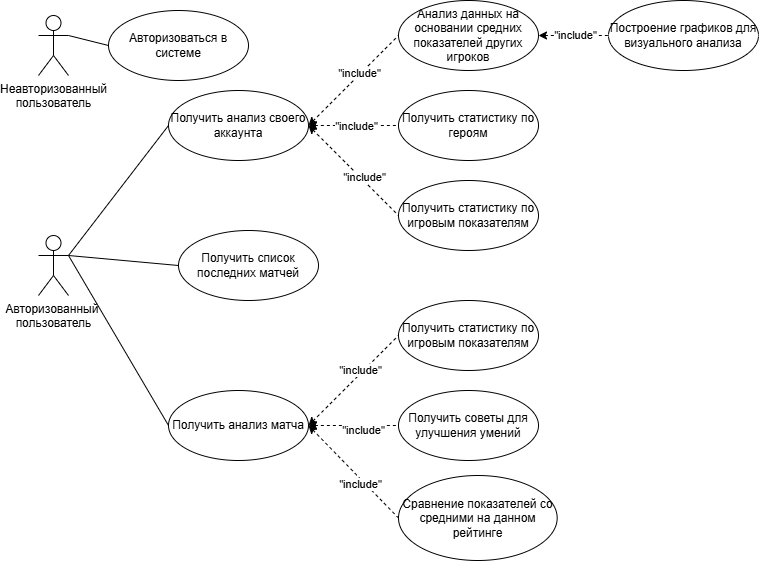
The draw.io diagram Документы/use_case.png in westcrime/dota-master, before a commit. Source tidied: cells renumbered, new cells last; positions are measured from the earlier drawing's top-left corner, leaving out a move shared by most shapes.
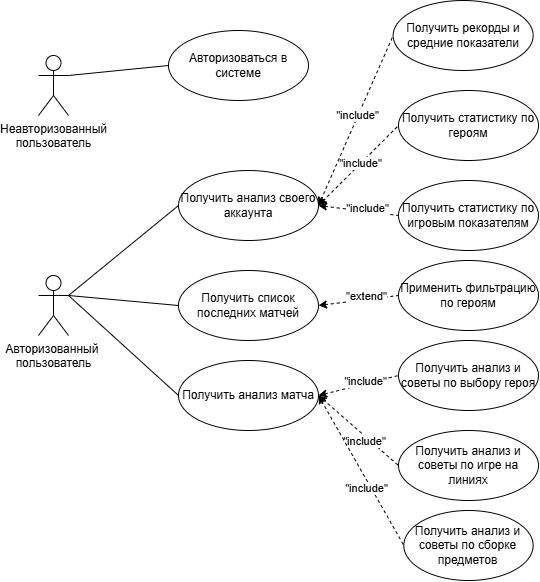
After the commit.

The edit, as a diff of the source:
```diff
@@ -6,7 +6,7 @@
       <mxGeometry y="235" width="30" height="60" as="geometry" />
     </mxCell>
     <mxCell id="3" value="Получить анализ своего аккаунта" style="ellipse;whiteSpace=wrap;html=1;" parent="1" vertex="1">
-      <mxGeometry x="130" y="90" width="140" height="70" as="geometry" />
+      <mxGeometry x="140" y="130" width="140" height="70" as="geometry" />
     </mxCell>
     <mxCell id="4" style="endArrow=none;dashed=1;endFill=0;endSize=12;html=1;rounded=0;exitX=1;exitY=0.5;exitDx=0;exitDy=0;entryX=0;entryY=0.5;entryDx=0;entryDy=0;startArrow=classic;startFill=1;" parent="1" edge="1" source="3" target="6">
       <mxGeometry relative="1" as="geometry" />
@@ -17,7 +17,7 @@
       </mxGeometry>
     </mxCell>
     <mxCell id="6" value="Получить статистику по героям" style="ellipse;whiteSpace=wrap;html=1;" parent="1" vertex="1">
-      <mxGeometry x="360" y="90" width="140" height="70" as="geometry" />
+      <mxGeometry x="360" y="50" width="140" height="70" as="geometry" />
     </mxCell>
     <mxCell id="7" style="endArrow=none;dashed=1;endFill=0;endSize=12;html=1;rounded=0;exitX=1;exitY=0.5;exitDx=0;exitDy=0;entryX=0;entryY=0.5;entryDx=0;entryDy=0;startArrow=classic;startFill=1;" parent="1" edge="1" source="3" target="9">
       <mxGeometry relative="1" as="geometry" />
@@ -26,28 +26,10 @@
       <mxGeometry x="0.2" y="3" relative="1" as="geometry" />
     </mxCell>
     <mxCell id="9" value="Получить статистику по игровым показателям" style="ellipse;whiteSpace=wrap;html=1;" parent="1" vertex="1">
-      <mxGeometry x="360" y="180" width="140" height="70" as="geometry" />
+      <mxGeometry x="360" y="140" width="140" height="70" as="geometry" />
     </mxCell>
-    <mxCell id="10" style="endArrow=none;dashed=1;endFill=0;endSize=12;html=1;rounded=0;exitX=1;exitY=0.5;exitDx=0;exitDy=0;entryX=0;entryY=0.5;entryDx=0;entryDy=0;startArrow=classic;startFill=1;" parent="1" edge="1" source="3" target="12">
-      <mxGeometry relative="1" as="geometry" />
-    </mxCell>
-    <mxCell id="11" value="&quot;include&quot;" style="edgeLabel;html=1;align=center;verticalAlign=middle;" parent="10" vertex="1">
-      <mxGeometry x="0.14" y="1" relative="1" as="geometry" />
-    </mxCell>
-    <mxCell id="12" value="Анализ данных на основании средних показателей других игроков" style="ellipse;whiteSpace=wrap;html=1;" parent="1" vertex="1">
-      <mxGeometry x="360" width="140" height="70" as="geometry" />
-    </mxCell>
-    <mxCell id="13" style="endArrow=none;dashed=1;endFill=0;endSize=12;html=1;rounded=0;exitX=1;exitY=0.5;exitDx=0;exitDy=0;entryX=0;entryY=0.5;entryDx=0;entryDy=0;startArrow=classic;startFill=1;" parent="1" edge="1" source="12" target="15">
-      <mxGeometry relative="1" as="geometry" />
-    </mxCell>
-    <mxCell id="14" value="&quot;include&quot;" style="edgeLabel;html=1;align=center;verticalAlign=middle;" parent="13" vertex="1">
-      <mxGeometry x="0.03" y="1" relative="1" as="geometry" />
-    </mxCell>
-    <mxCell id="15" value="Построение графиков для визуального анализа" style="ellipse;whiteSpace=wrap;html=1;" parent="1" vertex="1">
-      <mxGeometry x="570" width="150" height="70" as="geometry" />
-    </mxCell>
     <mxCell id="16" value="Получить анализ матча" style="ellipse;whiteSpace=wrap;html=1;" parent="1" vertex="1">
-      <mxGeometry x="130" y="390" width="140" height="70" as="geometry" />
+      <mxGeometry x="140" y="320" width="140" height="70" as="geometry" />
     </mxCell>
     <mxCell id="17" style="endArrow=none;dashed=1;endFill=0;endSize=12;html=1;rounded=0;exitX=1;exitY=0.5;exitDx=0;exitDy=0;entryX=0;entryY=0.5;entryDx=0;entryDy=0;startArrow=classic;startFill=1;" parent="1" edge="1" source="16" target="19">
       <mxGeometry relative="1" as="geometry" />
@@ -55,10 +37,10 @@
     <mxCell id="18" value="&quot;include&quot;" style="edgeLabel;html=1;align=center;verticalAlign=middle;" parent="17" vertex="1">
       <mxGeometry x="0.21" y="-4" relative="1" as="geometry" />
     </mxCell>
-    <mxCell id="19" value="Получить советы для улучшения умений" style="ellipse;whiteSpace=wrap;html=1;" parent="1" vertex="1">
+    <mxCell id="19" value="Получить анализ и советы по игре на линиях" style="ellipse;whiteSpace=wrap;html=1;" parent="1" vertex="1">
       <mxGeometry x="360" y="390" width="140" height="70" as="geometry" />
     </mxCell>
-    <mxCell id="20" value="Получить статистику по игровым показателям" style="ellipse;whiteSpace=wrap;html=1;" parent="1" vertex="1">
+    <mxCell id="20" value="Получить анализ и советы по выбору героя" style="ellipse;whiteSpace=wrap;html=1;" parent="1" vertex="1">
       <mxGeometry x="360" y="300" width="140" height="70" as="geometry" />
     </mxCell>
     <mxCell id="21" style="endArrow=none;dashed=1;endFill=0;endSize=12;html=1;rounded=0;exitX=1;exitY=0.5;exitDx=0;exitDy=0;entryX=0;entryY=0.5;entryDx=0;entryDy=0;startArrow=classic;startFill=1;" parent="1" edge="1" source="16" target="20">
@@ -73,14 +55,14 @@
     <mxCell id="24" value="&quot;include&quot;" style="edgeLabel;html=1;align=center;verticalAlign=middle;" parent="23" vertex="1">
       <mxGeometry x="0.21" y="-4" relative="1" as="geometry" />
     </mxCell>
-    <mxCell id="25" value="Сравнение показателей со средними на данном рейтинге" style="ellipse;whiteSpace=wrap;html=1;" parent="1" vertex="1">
-      <mxGeometry x="360" y="475" width="158.7" height="85" as="geometry" />
+    <mxCell id="25" value="Получить анализ и советы по сборке предметов" style="ellipse;whiteSpace=wrap;html=1;" parent="1" vertex="1">
+      <mxGeometry x="365.3" y="470" width="129.3" height="70" as="geometry" />
     </mxCell>
     <mxCell id="26" value="Неавторизованный&lt;div&gt;пользователь&lt;/div&gt;" style="shape=umlActor;verticalLabelPosition=bottom;verticalAlign=top;html=1;" parent="1" vertex="1">
       <mxGeometry y="15" width="30" height="60" as="geometry" />
     </mxCell>
     <mxCell id="27" value="Авторизоваться в системе" style="ellipse;whiteSpace=wrap;html=1;" parent="1" vertex="1">
-      <mxGeometry x="70" y="10" width="140" height="70" as="geometry" />
+      <mxGeometry x="130" y="-10" width="140" height="70" as="geometry" />
     </mxCell>
     <mxCell id="28" style="endArrow=none;endFill=0;endSize=24;html=1;rounded=0;entryX=0;entryY=0.5;entryDx=0;entryDy=0;exitX=1;exitY=0.3333333333333333;exitDx=0;exitDy=0;exitPerimeter=0;" parent="1" edge="1" source="26" target="27">
       <mxGeometry relative="1" as="geometry" />
@@ -97,5 +79,25 @@
     <mxCell id="32" style="endArrow=none;html=1;rounded=0;exitX=1;exitY=0.3333333333333333;exitDx=0;exitDy=0;exitPerimeter=0;entryX=0;entryY=0.5;entryDx=0;entryDy=0;" parent="1" edge="1" source="2" target="16">
       <mxGeometry relative="1" as="geometry" />
     </mxCell>
+    <mxCell id="33" style="endArrow=none;dashed=1;endFill=0;endSize=12;html=1;rounded=0;exitX=1;exitY=0.5;exitDx=0;exitDy=0;entryX=0;entryY=0.5;entryDx=0;entryDy=0;startArrow=classic;startFill=1;" parent="1" edge="1" source="29" target="35">
+      <mxGeometry relative="1" as="geometry" />
+    </mxCell>
+    <mxCell id="34" value="&quot;extend&quot;" style="edgeLabel;html=1;align=center;verticalAlign=middle;" parent="33" vertex="1">
+      <mxGeometry x="0.2" y="3" relative="1" as="geometry" />
+    </mxCell>
+    <mxCell id="35" value="Применить фильтрацию по героям" style="ellipse;whiteSpace=wrap;html=1;" parent="1" vertex="1">
+      <mxGeometry x="360" y="220" width="140" height="70" as="geometry" />
+    </mxCell>
+    <mxCell id="36" style="endArrow=none;dashed=1;endFill=0;endSize=12;html=1;rounded=0;exitX=1;exitY=0.5;exitDx=0;exitDy=0;entryX=0;entryY=0.5;entryDx=0;entryDy=0;startArrow=classic;startFill=1;" parent="1" edge="1" source="3" target="38">
+      <mxGeometry relative="1" as="geometry" />
+    </mxCell>
+    <mxCell id="37" value="&quot;include&quot;" style="edgeLabel;html=1;align=center;verticalAlign=middle;" parent="36" vertex="1">
+      <mxGeometry x="0.07" relative="1" as="geometry">
+        <mxPoint x="-1" as="offset" />
+      </mxGeometry>
+    </mxCell>
+    <mxCell id="38" value="Получить рекорды и средние показатели" style="ellipse;whiteSpace=wrap;html=1;" parent="1" vertex="1">
+      <mxGeometry x="354.7" y="-40" width="140" height="70" as="geometry" />
+    </mxCell>
   </root>
 </mxGraphModel>
```
